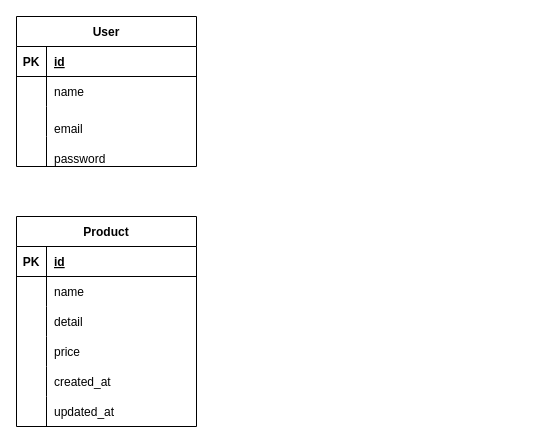
Above: architecture/db.drawio in ISAWASHUN/laravel-ec-site (draw.io), before the change. Source tidied: cells renumbered, new cells numbered last; positions are measured from the earlier drawing's top-left corner, leaving out a move shared by most shapes. Both pictures are drawn from the tidied source at 100%, with x=0, y=0 at pixel (16, 16).
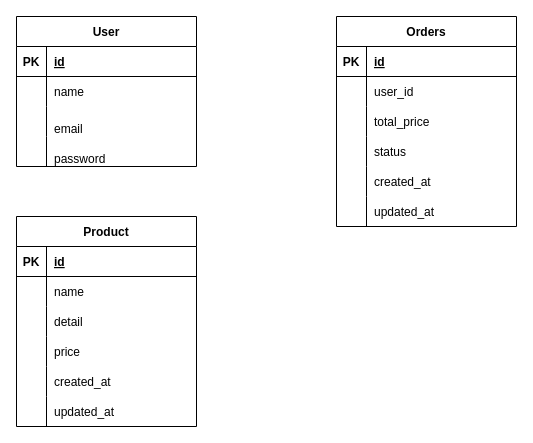
The same page after the edit.

Commit message:
Ordersテーブルを作成

Change to the diagram source:
```diff
@@
+    <mxCell id="34" value="Orders" style="shape=table;startSize=30;childLayout=tableLayout;rowLines=0;fontStyle=1;align=center;" parent="1" vertex="1">
+      <mxGeometry x="320" width="180" height="210" as="geometry" />
+    </mxCell>
+    <mxCell id="35" style="shape=tableRow;horizontal=0;startSize=0;swimlaneHead=0;swimlaneBody=0;fillColor=none;top=0;left=0;right=0;bottom=1;" parent="34" vertex="1">
+      <mxGeometry y="30" width="180" height="30" as="geometry" />
+    </mxCell>
+    <mxCell id="36" value="PK" style="shape=partialRectangle;fillColor=none;top=0;left=0;bottom=0;right=0;fontStyle=1;overflow=hidden;" parent="35" vertex="1">
+      <mxGeometry width="30" height="30" as="geometry" />
+    </mxCell>
+    <mxCell id="37" value="id" style="shape=partialRectangle;fillColor=none;top=0;left=0;bottom=0;right=0;align=left;spacingLeft=6;fontStyle=5;overflow=hidden;" parent="35" vertex="1">
+      <mxGeometry x="30" width="150" height="30" as="geometry" />
+    </mxCell>
+    <mxCell id="38" style="shape=tableRow;horizontal=0;startSize=0;swimlaneHead=0;swimlaneBody=0;fillColor=none;top=0;left=0;right=0;bottom=0;" parent="34" vertex="1">
+      <mxGeometry y="60" width="180" height="30" as="geometry" />
+    </mxCell>
+    <mxCell id="39" style="shape=partialRectangle;fillColor=none;top=0;left=0;bottom=0;right=0;overflow=hidden;" parent="38" vertex="1">
+      <mxGeometry width="30" height="30" as="geometry" />
+    </mxCell>
+    <mxCell id="40" value="user_id" style="shape=partialRectangle;fillColor=none;top=0;left=0;bottom=0;right=0;align=left;spacingLeft=6;overflow=hidden;" parent="38" vertex="1">
+      <mxGeometry x="30" width="150" height="30" as="geometry" />
+    </mxCell>
+    <mxCell id="41" style="shape=tableRow;horizontal=0;startSize=0;swimlaneHead=0;swimlaneBody=0;fillColor=none;top=0;left=0;right=0;bottom=0;" parent="34" vertex="1">
+      <mxGeometry y="90" width="180" height="30" as="geometry" />
+    </mxCell>
+    <mxCell id="42" style="shape=partialRectangle;fillColor=none;top=0;left=0;bottom=0;right=0;overflow=hidden;" parent="41" vertex="1">
+      <mxGeometry width="30" height="30" as="geometry" />
+    </mxCell>
+    <mxCell id="43" value="total_price" style="shape=partialRectangle;fillColor=none;top=0;left=0;bottom=0;right=0;align=left;spacingLeft=6;overflow=hidden;" parent="41" vertex="1">
+      <mxGeometry x="30" width="150" height="30" as="geometry" />
+    </mxCell>
+    <mxCell id="44" style="shape=tableRow;horizontal=0;startSize=0;swimlaneHead=0;swimlaneBody=0;fillColor=none;top=0;left=0;right=0;bottom=0;" parent="34" vertex="1">
+      <mxGeometry y="120" width="180" height="30" as="geometry" />
+    </mxCell>
+    <mxCell id="45" style="shape=partialRectangle;fillColor=none;top=0;left=0;bottom=0;right=0;overflow=hidden;" parent="44" vertex="1">
+      <mxGeometry width="30" height="30" as="geometry" />
+    </mxCell>
+    <mxCell id="46" value="status" style="shape=partialRectangle;fillColor=none;top=0;left=0;bottom=0;right=0;align=left;spacingLeft=6;overflow=hidden;" parent="44" vertex="1">
+      <mxGeometry x="30" width="150" height="30" as="geometry" />
+    </mxCell>
+    <mxCell id="47" style="shape=tableRow;horizontal=0;startSize=0;swimlaneHead=0;swimlaneBody=0;fillColor=none;top=0;left=0;right=0;bottom=0;" parent="34" vertex="1">
+      <mxGeometry y="150" width="180" height="30" as="geometry" />
+    </mxCell>
+    <mxCell id="48" style="shape=partialRectangle;fillColor=none;top=0;left=0;bottom=0;right=0;overflow=hidden;" parent="47" vertex="1">
+      <mxGeometry width="30" height="30" as="geometry" />
+    </mxCell>
+    <mxCell id="49" value="created_at" style="shape=partialRectangle;fillColor=none;top=0;left=0;bottom=0;right=0;align=left;spacingLeft=6;overflow=hidden;" parent="47" vertex="1">
+      <mxGeometry x="30" width="150" height="30" as="geometry" />
+    </mxCell>
+    <mxCell id="50" style="shape=tableRow;horizontal=0;startSize=0;swimlaneHead=0;swimlaneBody=0;fillColor=none;top=0;left=0;right=0;bottom=0;" parent="34" vertex="1">
+      <mxGeometry y="180" width="180" height="30" as="geometry" />
+    </mxCell>
+    <mxCell id="51" style="shape=partialRectangle;fillColor=none;top=0;left=0;bottom=0;right=0;overflow=hidden;" parent="50" vertex="1">
+      <mxGeometry width="30" height="30" as="geometry" />
+    </mxCell>
+    <mxCell id="52" value="updated_at" style="shape=partialRectangle;fillColor=none;top=0;left=0;bottom=0;right=0;align=left;spacingLeft=6;overflow=hidden;" parent="50" vertex="1">
+      <mxGeometry x="30" width="150" height="30" as="geometry" />
+    </mxCell>
```
